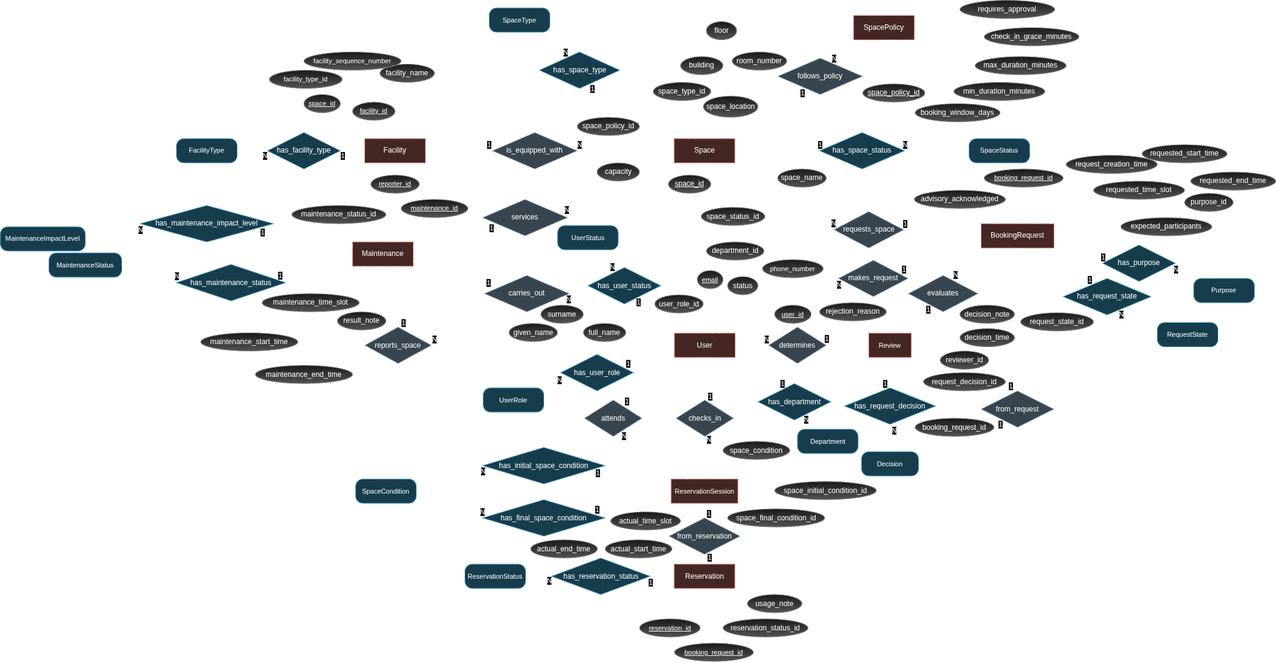
fungusdesu/cs486-project keeps this draw.io diagram as assets/png/refined_refined_conceptual_t.png. Above is the earlier version. Source tidied: cells renumbered, new cells last; positions are measured from the earlier drawing's top-left corner, leaving out a move shared by most shapes.
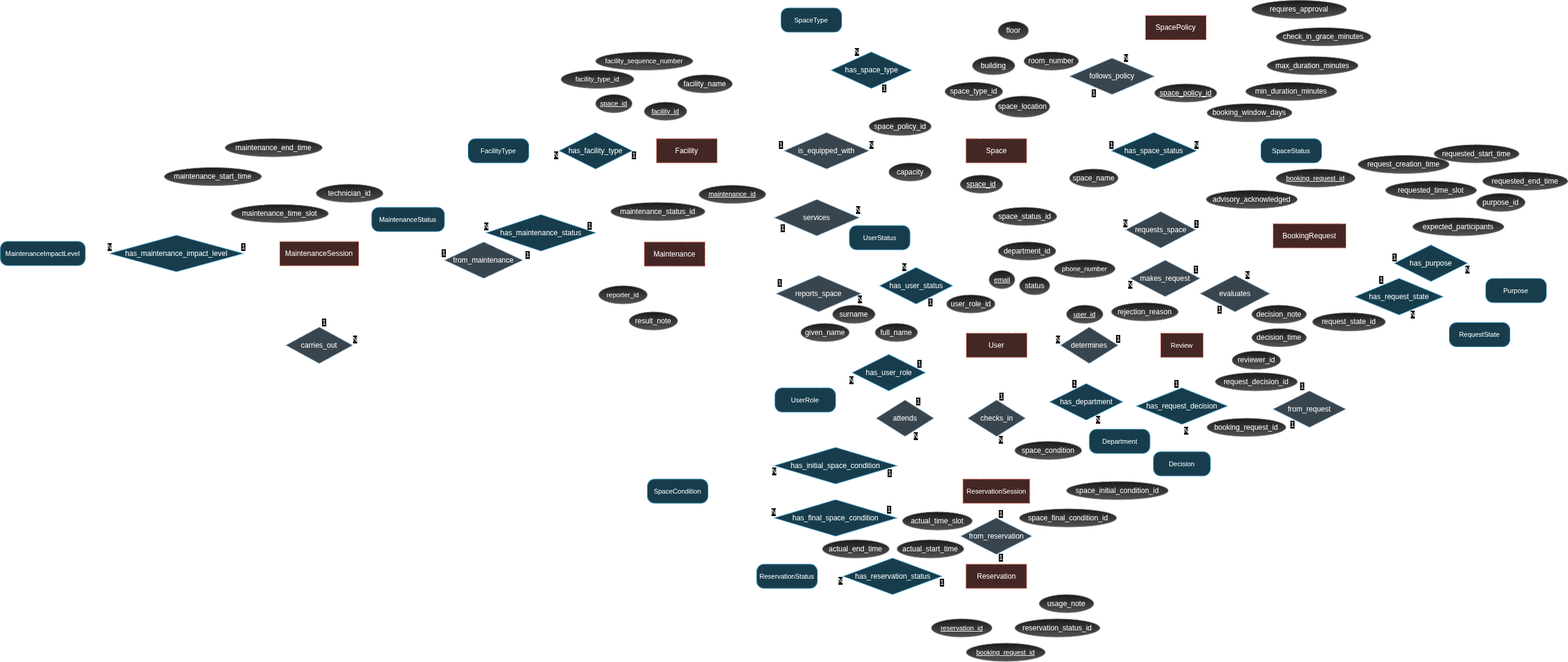
After the change.

The edit, as a diff of the source:
```diff
@@ -2,6 +2,9 @@
   <root>
     <mxCell id="0" />
     <mxCell id="1" parent="0" />
+    <mxCell id="285" style="edgeStyle=none;shape=link;rounded=0;jettySize=auto;html=1;exitX=0.983;exitY=0.729;exitDx=0;exitDy=0;strokeColor=default;align=center;verticalAlign=middle;fontFamily=Helvetica;fontSize=11;fontColor=default;labelBackgroundColor=default;endArrow=none;endFill=0;entryX=0.068;entryY=0.5;entryDx=0;entryDy=0;entryPerimeter=0;exitPerimeter=0;" parent="1" edge="1" source="286" target="290">
+      <mxGeometry relative="1" as="geometry" />
+    </mxCell>
     <mxCell id="2" style="edgeStyle=none;shape=link;rounded=0;jettySize=auto;html=1;exitX=0.508;exitY=0.042;exitDx=0;exitDy=0;entryX=0.29;entryY=0.943;entryDx=0;entryDy=0;strokeColor=default;align=center;verticalAlign=middle;fontFamily=Helvetica;fontSize=11;fontColor=default;labelBackgroundColor=default;endArrow=none;endFill=0;exitPerimeter=0;entryPerimeter=0;" parent="1" edge="1" source="273" target="17">
       <mxGeometry relative="1" as="geometry" />
     </mxCell>
@@ -62,7 +65,7 @@
     <mxCell id="21" value="&lt;div&gt;Reservation&lt;/div&gt;" style="whiteSpace=wrap;html=1;align=center;fillColor=#fad9d5;strokeColor=#ae4132;" parent="1" vertex="1">
       <mxGeometry x="1109.5" y="927.5" width="100" height="40" as="geometry" />
     </mxCell>
-    <mxCell id="22" style="edgeStyle=none;shape=link;rounded=0;jettySize=auto;html=1;exitX=0;exitY=0.75;exitDx=0;exitDy=0;strokeColor=default;align=center;verticalAlign=middle;fontFamily=Helvetica;fontSize=11;fontColor=default;labelBackgroundColor=default;endArrow=none;endFill=0;entryX=0.944;entryY=0.5;entryDx=0;entryDy=0;entryPerimeter=0;" parent="1" edge="1" source="23" target="188">
+    <mxCell id="22" style="edgeStyle=none;shape=link;rounded=0;jettySize=auto;html=1;exitX=0;exitY=0.25;exitDx=0;exitDy=0;strokeColor=default;align=center;verticalAlign=middle;fontFamily=Helvetica;fontSize=11;fontColor=default;labelBackgroundColor=default;endArrow=none;endFill=0;entryX=0.944;entryY=0.5;entryDx=0;entryDy=0;entryPerimeter=0;" parent="1" edge="1" source="23" target="188">
       <mxGeometry relative="1" as="geometry" />
     </mxCell>
     <mxCell id="23" value="Maintenance" style="whiteSpace=wrap;html=1;align=center;fillColor=#fad9d5;strokeColor=#ae4132;" parent="1" vertex="1">
@@ -220,7 +223,7 @@
       </mxGeometry>
     </mxCell>
     <mxCell id="73" value="facility_name" style="ellipse;whiteSpace=wrap;html=1;align=center;fillColor=#f5f5f5;gradientColor=#b3b3b3;strokeColor=#666666;labelBackgroundColor=none;" parent="1" vertex="1">
-      <mxGeometry x="625" y="105" width="90" height="30" as="geometry" />
+      <mxGeometry x="635" y="122.5" width="90" height="30" as="geometry" />
     </mxCell>
     <mxCell id="74" style="edgeStyle=none;shape=connector;rounded=0;jettySize=auto;html=1;strokeColor=default;align=center;verticalAlign=middle;fontFamily=Helvetica;fontSize=11;fontColor=default;labelBackgroundColor=default;endArrow=none;endFill=0;" parent="1" edge="1" source="75" target="69">
       <mxGeometry relative="1" as="geometry" />
@@ -298,19 +301,19 @@
       <mxGeometry relative="1" as="geometry" />
     </mxCell>
     <mxCell id="99" value="&lt;div&gt;maintenance_id&lt;/div&gt;" style="ellipse;whiteSpace=wrap;html=1;align=center;fontStyle=4;fontFamily=Helvetica;fontSize=11;labelBackgroundColor=none;fillColor=#f5f5f5;gradientColor=#b3b3b3;strokeColor=#666666;" parent="1" vertex="1">
-      <mxGeometry x="660" y="327.5" width="110" height="30" as="geometry" />
+      <mxGeometry x="670" y="304.2" width="110" height="30" as="geometry" />
     </mxCell>
     <mxCell id="100" style="edgeStyle=none;shape=connector;rounded=0;jettySize=auto;html=1;strokeColor=default;align=center;verticalAlign=middle;fontFamily=Helvetica;fontSize=11;fontColor=default;labelBackgroundColor=default;endArrow=none;endFill=0;" parent="1" edge="1" source="101" target="23">
       <mxGeometry relative="1" as="geometry" />
     </mxCell>
-    <mxCell id="101" value="reporter_id" style="ellipse;whiteSpace=wrap;html=1;align=center;fontStyle=4;fontFamily=Helvetica;fontSize=11;labelBackgroundColor=none;fillColor=#f5f5f5;gradientColor=#b3b3b3;strokeColor=#666666;" parent="1" vertex="1">
-      <mxGeometry x="610" y="287.5" width="80" height="30" as="geometry" />
+    <mxCell id="101" value="reporter_id" style="ellipse;whiteSpace=wrap;html=1;align=center;fontStyle=0;fontFamily=Helvetica;fontSize=11;labelBackgroundColor=none;fillColor=#f5f5f5;gradientColor=#b3b3b3;strokeColor=#666666;" parent="1" vertex="1">
+      <mxGeometry x="505" y="469.5" width="80" height="30" as="geometry" />
     </mxCell>
     <mxCell id="102" style="edgeStyle=none;shape=connector;rounded=0;jettySize=auto;html=1;strokeColor=default;align=center;verticalAlign=middle;fontFamily=Helvetica;fontSize=11;fontColor=default;labelBackgroundColor=default;endArrow=none;endFill=0;" parent="1" edge="1" source="103" target="23">
       <mxGeometry relative="1" as="geometry" />
     </mxCell>
     <mxCell id="103" value="&lt;div&gt;maintenance_status_id&lt;/div&gt;" style="ellipse;whiteSpace=wrap;html=1;align=center;fillColor=#f5f5f5;gradientColor=#b3b3b3;strokeColor=#666666;labelBackgroundColor=none;" parent="1" vertex="1">
-      <mxGeometry x="480" y="337.5" width="155" height="30" as="geometry" />
+      <mxGeometry x="525" y="332.5" width="155" height="30" as="geometry" />
     </mxCell>
     <mxCell id="104" style="edgeStyle=none;shape=connector;rounded=0;jettySize=auto;html=1;strokeColor=default;align=center;verticalAlign=middle;fontFamily=Helvetica;fontSize=11;fontColor=default;labelBackgroundColor=default;endArrow=none;endFill=0;" parent="1" edge="1" source="105" target="23">
       <mxGeometry relative="1" as="geometry" />
@@ -378,23 +381,23 @@
     <mxCell id="125" value="space_final_condition_id" style="ellipse;whiteSpace=wrap;html=1;align=center;fillColor=#f5f5f5;gradientColor=#b3b3b3;strokeColor=#666666;labelBackgroundColor=none;" parent="1" vertex="1">
       <mxGeometry x="1197.5" y="836.5" width="160" height="30" as="geometry" />
     </mxCell>
-    <mxCell id="126" style="edgeStyle=none;shape=connector;rounded=0;jettySize=auto;html=1;strokeColor=default;align=center;verticalAlign=middle;fontFamily=Helvetica;fontSize=11;fontColor=default;labelBackgroundColor=default;endArrow=none;endFill=0;" parent="1" edge="1" source="127" target="23">
+    <mxCell id="126" style="edgeStyle=none;shape=connector;rounded=0;jettySize=auto;html=1;strokeColor=default;align=center;verticalAlign=middle;fontFamily=Helvetica;fontSize=11;fontColor=default;labelBackgroundColor=default;endArrow=none;endFill=0;" parent="1" edge="1" source="127" target="286">
       <mxGeometry relative="1" as="geometry" />
     </mxCell>
     <mxCell id="127" value="maintenance_time_slot" style="ellipse;whiteSpace=wrap;html=1;align=center;fillColor=#f5f5f5;gradientColor=#b3b3b3;strokeColor=#666666;labelBackgroundColor=none;" parent="1" vertex="1">
-      <mxGeometry x="431" y="482.5" width="160" height="30" as="geometry" />
+      <mxGeometry x="-100" y="335.8" width="160" height="30" as="geometry" />
     </mxCell>
     <mxCell id="128" style="edgeStyle=none;shape=connector;rounded=0;jettySize=auto;html=1;strokeColor=default;align=center;verticalAlign=middle;fontFamily=Helvetica;fontSize=11;fontColor=default;labelBackgroundColor=default;endArrow=none;endFill=0;" parent="1" edge="1" source="129" target="127">
       <mxGeometry relative="1" as="geometry" />
     </mxCell>
     <mxCell id="129" value="&lt;div&gt;maintenance_start_time&lt;/div&gt;" style="ellipse;whiteSpace=wrap;html=1;align=center;fillColor=#f5f5f5;gradientColor=#b3b3b3;strokeColor=#666666;labelBackgroundColor=none;" parent="1" vertex="1">
-      <mxGeometry x="330" y="547" width="160" height="30" as="geometry" />
+      <mxGeometry x="-210" y="275" width="160" height="30" as="geometry" />
     </mxCell>
     <mxCell id="130" style="edgeStyle=none;shape=connector;rounded=0;jettySize=auto;html=1;strokeColor=default;align=center;verticalAlign=middle;fontFamily=Helvetica;fontSize=11;fontColor=default;labelBackgroundColor=default;endArrow=none;endFill=0;" parent="1" edge="1" source="131" target="127">
       <mxGeometry relative="1" as="geometry" />
     </mxCell>
     <mxCell id="131" value="maintenance_end_time" style="ellipse;whiteSpace=wrap;html=1;align=center;fillColor=#f5f5f5;gradientColor=#b3b3b3;strokeColor=#666666;labelBackgroundColor=none;" parent="1" vertex="1">
-      <mxGeometry x="420" y="600.5" width="160" height="30" as="geometry" />
+      <mxGeometry x="-110" y="227.5" width="160" height="30" as="geometry" />
     </mxCell>
     <mxCell id="132" value="N" style="edgeLabel;html=1;align=center;verticalAlign=middle;fontFamily=Helvetica;fontSize=11;fontColor=default;labelBackgroundColor=default;" parent="1" vertex="1">
       <mxGeometry x="953.8" y="237.5" as="geometry" />
@@ -410,19 +413,19 @@
     <mxCell id="135" style="edgeStyle=none;shape=connector;rounded=0;jettySize=auto;html=1;exitX=1;exitY=0.5;exitDx=0;exitDy=0;entryX=0;entryY=0.5;entryDx=0;entryDy=0;strokeColor=default;align=center;verticalAlign=middle;fontFamily=Helvetica;fontSize=11;fontColor=default;labelBackgroundColor=default;endArrow=none;endFill=0;" parent="1" edge="1" source="137" target="17">
       <mxGeometry relative="1" as="geometry" />
     </mxCell>
-    <mxCell id="136" style="edgeStyle=none;shape=link;rounded=0;jettySize=auto;html=1;exitX=0.5;exitY=0.035;exitDx=0;exitDy=0;entryX=0.75;entryY=1;entryDx=0;entryDy=0;strokeColor=default;align=center;verticalAlign=middle;fontFamily=Helvetica;fontSize=11;fontColor=default;labelBackgroundColor=default;endArrow=none;endFill=0;exitPerimeter=0;" parent="1" edge="1" source="137" target="23">
+    <mxCell id="136" style="edgeStyle=none;shape=link;rounded=0;jettySize=auto;html=1;exitX=0.5;exitY=0.035;exitDx=0;exitDy=0;entryX=0.5;entryY=1;entryDx=0;entryDy=0;strokeColor=default;align=center;verticalAlign=middle;fontFamily=Helvetica;fontSize=11;fontColor=default;labelBackgroundColor=default;endArrow=none;endFill=0;exitPerimeter=0;" parent="1" edge="1" source="137" target="286">
       <mxGeometry relative="1" as="geometry" />
     </mxCell>
-    <mxCell id="137" value="reports_space" style="shape=rhombus;perimeter=rhombusPerimeter;whiteSpace=wrap;html=1;align=center;fontFamily=Helvetica;fontSize=12;fillColor=#bac8d3;strokeColor=#23445d;verticalAlign=middle;fontColor=default;" parent="1" vertex="1">
-      <mxGeometry x="600" y="537.5" width="110" height="60" as="geometry" />
+    <mxCell id="137" value="carries_out" style="shape=rhombus;perimeter=rhombusPerimeter;whiteSpace=wrap;html=1;align=center;fontFamily=Helvetica;fontSize=12;fillColor=#bac8d3;strokeColor=#23445d;verticalAlign=middle;fontColor=default;" parent="1" vertex="1">
+      <mxGeometry x="-10" y="537.5" width="110" height="60" as="geometry" />
     </mxCell>
     <mxCell id="138" value="N" style="edgeLabel;html=1;align=center;verticalAlign=middle;fontFamily=Helvetica;fontSize=11;fontColor=default;labelBackgroundColor=default;" parent="1" vertex="1">
-      <mxGeometry x="716" y="560.5" as="geometry">
+      <mxGeometry x="106" y="560.5" as="geometry">
         <mxPoint x="-2" y="-3" as="offset" />
       </mxGeometry>
     </mxCell>
     <mxCell id="139" value="1" style="edgeLabel;html=1;align=center;verticalAlign=middle;fontFamily=Helvetica;fontSize=11;fontColor=default;labelBackgroundColor=default;" parent="1" vertex="1">
-      <mxGeometry x="663" y="530" as="geometry" />
+      <mxGeometry x="53" y="530" as="geometry" />
     </mxCell>
     <mxCell id="140" style="edgeStyle=none;shape=connector;rounded=0;jettySize=auto;html=1;strokeColor=default;align=center;verticalAlign=middle;fontFamily=Helvetica;fontSize=11;fontColor=default;labelBackgroundColor=default;endArrow=none;endFill=0;" parent="1" edge="1" source="141" target="260">
       <mxGeometry relative="1" as="geometry" />
@@ -571,19 +574,19 @@
       </mxGeometry>
     </mxCell>
     <mxCell id="186" value="MaintenanceStatus" style="rounded=1;arcSize=30;whiteSpace=wrap;html=1;align=center;fontFamily=Helvetica;fontSize=11;labelBackgroundColor=none;glass=0;shadow=0;perimeterSpacing=0;strokeWidth=1;fillColor=#b1ddf0;strokeColor=#10739e;" parent="1" vertex="1">
-      <mxGeometry x="80" y="415.5" width="120" height="40" as="geometry" />
+      <mxGeometry x="131.2" y="340.5" width="120" height="40" as="geometry" />
     </mxCell>
     <mxCell id="187" style="edgeStyle=none;shape=connector;rounded=0;jettySize=auto;html=1;exitX=0;exitY=0.5;exitDx=0;exitDy=0;entryX=1;entryY=0.5;entryDx=0;entryDy=0;strokeColor=default;align=center;verticalAlign=middle;fontFamily=Helvetica;fontSize=11;fontColor=default;labelBackgroundColor=default;endArrow=none;endFill=0;" parent="1" edge="1" source="188" target="186">
       <mxGeometry relative="1" as="geometry" />
     </mxCell>
     <mxCell id="188" value="has_maintenance_status" style="shape=rhombus;perimeter=rhombusPerimeter;whiteSpace=wrap;html=1;align=center;strokeColor=#10739e;verticalAlign=middle;fontFamily=Helvetica;fontSize=12;fillColor=#b1ddf0;" parent="1" vertex="1">
-      <mxGeometry x="290" y="434.5" width="180" height="60" as="geometry" />
+      <mxGeometry x="320" y="352.5" width="180" height="60" as="geometry" />
     </mxCell>
     <mxCell id="189" value=" " style="edgeLabel;html=1;align=center;verticalAlign=middle;fontFamily=Helvetica;fontSize=11;fontColor=default;labelBackgroundColor=default;" parent="1" vertex="1">
       <mxGeometry x="570" y="407.5" as="geometry" />
     </mxCell>
     <mxCell id="190" value="N" style="edgeLabel;html=1;align=center;verticalAlign=middle;fontFamily=Helvetica;fontSize=11;fontColor=default;labelBackgroundColor=default;" parent="1" vertex="1">
-      <mxGeometry x="290" y="453.5" as="geometry" />
+      <mxGeometry x="320" y="371.5" as="geometry" />
     </mxCell>
     <mxCell id="191" value="SpaceType" style="rounded=1;arcSize=30;whiteSpace=wrap;html=1;align=center;fontFamily=Helvetica;fontSize=11;labelBackgroundColor=none;glass=0;shadow=0;perimeterSpacing=0;strokeWidth=1;fillColor=#b1ddf0;strokeColor=#10739e;" parent="1" vertex="1">
       <mxGeometry x="805" y="12.5" width="100" height="40" as="geometry" />
@@ -691,25 +694,25 @@
       <mxGeometry relative="1" as="geometry" />
     </mxCell>
     <mxCell id="224" value="1" style="edgeLabel;html=1;align=center;verticalAlign=middle;fontFamily=Helvetica;fontSize=11;fontColor=default;labelBackgroundColor=default;" parent="1" vertex="1">
-      <mxGeometry x="460" y="452.5" as="geometry" />
+      <mxGeometry x="490" y="370.5" as="geometry" />
     </mxCell>
-    <mxCell id="225" style="rounded=0;jettySize=auto;html=1;entryX=0;entryY=0.25;entryDx=0;entryDy=0;endArrow=none;endFill=0;shape=link;exitX=0.909;exitY=0.542;exitDx=0;exitDy=0;exitPerimeter=0;" parent="1" edge="1" source="226" target="23">
+    <mxCell id="225" style="rounded=0;jettySize=auto;html=1;entryX=0;entryY=0.5;entryDx=0;entryDy=0;endArrow=none;endFill=0;shape=link;exitX=0.959;exitY=0.5;exitDx=0;exitDy=0;exitPerimeter=0;" parent="1" edge="1" source="226" target="286">
       <mxGeometry relative="1" as="geometry" />
     </mxCell>
     <mxCell id="226" value="has_maintenance_impact_level" style="shape=rhombus;perimeter=rhombusPerimeter;whiteSpace=wrap;html=1;align=center;strokeColor=#10739e;verticalAlign=middle;fontFamily=Helvetica;fontSize=12;fillColor=#b1ddf0;" parent="1" vertex="1">
-      <mxGeometry x="230" y="337.5" width="220" height="60" as="geometry" />
+      <mxGeometry x="-300" y="386.5" width="220" height="60" as="geometry" />
     </mxCell>
     <mxCell id="227" style="rounded=0;jettySize=auto;html=1;entryX=0;entryY=0.5;entryDx=0;entryDy=0;endArrow=none;endFill=0;exitX=1;exitY=0.5;exitDx=0;exitDy=0;" parent="1" edge="1" source="228" target="226">
       <mxGeometry relative="1" as="geometry" />
     </mxCell>
     <mxCell id="228" value="MaintenanceImpactLevel" style="rounded=1;arcSize=30;whiteSpace=wrap;html=1;align=center;fontFamily=Helvetica;fontSize=11;labelBackgroundColor=none;glass=0;shadow=0;perimeterSpacing=0;strokeWidth=1;fillColor=#b1ddf0;strokeColor=#10739e;" parent="1" vertex="1">
-      <mxGeometry y="372.5" width="140" height="40" as="geometry" />
+      <mxGeometry x="-480" y="396.5" width="140" height="40" as="geometry" />
     </mxCell>
     <mxCell id="229" value="1" style="edgeLabel;html=1;align=center;verticalAlign=middle;fontFamily=Helvetica;fontSize=11;fontColor=default;labelBackgroundColor=default;" parent="1" vertex="1">
-      <mxGeometry x="431" y="381.5" as="geometry" />
+      <mxGeometry x="-80" y="405.5" as="geometry" />
     </mxCell>
     <mxCell id="230" value="N" style="edgeLabel;html=1;align=center;verticalAlign=middle;fontFamily=Helvetica;fontSize=11;fontColor=default;labelBackgroundColor=default;" parent="1" vertex="1">
-      <mxGeometry x="230" y="377.5" as="geometry" />
+      <mxGeometry x="-300" y="405.5" as="geometry" />
     </mxCell>
     <mxCell id="231" style="edgeStyle=none;shape=connector;rounded=0;jettySize=auto;html=1;strokeColor=default;align=center;verticalAlign=middle;fontFamily=Helvetica;fontSize=11;fontColor=default;labelBackgroundColor=default;endArrow=none;endFill=0;" parent="1" edge="1" source="232" target="20">
       <mxGeometry relative="1" as="geometry" />
@@ -743,7 +746,7 @@
     <mxCell id="240" style="edgeStyle=none;shape=connector;rounded=0;jettySize=auto;html=1;exitX=1;exitY=0.5;exitDx=0;exitDy=0;entryX=0;entryY=0.25;entryDx=0;entryDy=0;strokeColor=default;align=center;verticalAlign=middle;fontFamily=Helvetica;fontSize=11;fontColor=default;labelBackgroundColor=default;endArrow=none;endFill=0;" parent="1" edge="1" source="241" target="17">
       <mxGeometry relative="1" as="geometry" />
     </mxCell>
-    <mxCell id="241" value="&lt;div&gt;carries_out&lt;/div&gt;" style="shape=rhombus;perimeter=rhombusPerimeter;whiteSpace=wrap;html=1;align=center;fillColor=#bac8d3;strokeColor=#23445d;" parent="1" vertex="1">
+    <mxCell id="241" value="&lt;div&gt;reports_space&lt;/div&gt;" style="shape=rhombus;perimeter=rhombusPerimeter;whiteSpace=wrap;html=1;align=center;fillColor=#bac8d3;strokeColor=#23445d;" parent="1" vertex="1">
       <mxGeometry x="797" y="452.5" width="140" height="60" as="geometry" />
     </mxCell>
     <mxCell id="242" style="edgeStyle=none;shape=connector;rounded=0;orthogonalLoop=1;jettySize=auto;html=1;entryX=1;entryY=0.5;entryDx=0;entryDy=0;strokeColor=default;align=center;verticalAlign=middle;fontFamily=Helvetica;fontSize=11;fontColor=default;labelBackgroundColor=default;endArrow=none;endFill=0;" parent="1" edge="1" source="241" target="241">
@@ -895,5 +898,30 @@
         <mxPoint x="-2" y="-3" as="offset" />
       </mxGeometry>
     </mxCell>
+    <mxCell id="286" value="MaintenanceSession" style="whiteSpace=wrap;html=1;align=center;fillColor=#fad9d5;strokeColor=#ae4132;" parent="1" vertex="1">
+      <mxGeometry x="-20" y="396.8" width="130" height="40" as="geometry" />
+    </mxCell>
+    <mxCell id="287" style="rounded=0;jettySize=auto;html=1;endArrow=none;endFill=0;" parent="1" edge="1" source="288" target="286">
+      <mxGeometry relative="1" as="geometry" />
+    </mxCell>
+    <mxCell id="288" value="technician_id" style="ellipse;whiteSpace=wrap;html=1;align=center;fillColor=#f5f5f5;gradientColor=#b3b3b3;strokeColor=#666666;labelBackgroundColor=none;" parent="1" vertex="1">
+      <mxGeometry x="40" y="302.5" width="110" height="30" as="geometry" />
+    </mxCell>
+    <mxCell id="289" style="edgeStyle=none;shape=connector;rounded=0;jettySize=auto;html=1;exitX=1;exitY=0.5;exitDx=0;exitDy=0;entryX=0;entryY=0.75;entryDx=0;entryDy=0;strokeColor=default;align=center;verticalAlign=middle;fontFamily=Helvetica;fontSize=11;fontColor=default;labelBackgroundColor=default;endArrow=none;endFill=0;" parent="1" edge="1" source="290" target="23">
+      <mxGeometry relative="1" as="geometry" />
+    </mxCell>
+    <mxCell id="290" value="from_maintenance" style="shape=rhombus;perimeter=rhombusPerimeter;whiteSpace=wrap;html=1;align=center;strokeColor=#23445d;verticalAlign=middle;fontFamily=Helvetica;fontSize=12;fillColor=#bac8d3;fontColor=default;" parent="1" vertex="1">
+      <mxGeometry x="251.2" y="397.5" width="128.8" height="60" as="geometry" />
+    </mxCell>
+    <mxCell id="291" value="1" style="edgeLabel;html=1;align=center;verticalAlign=middle;fontFamily=Helvetica;fontSize=11;fontColor=default;labelBackgroundColor=default;" parent="1" vertex="1">
+      <mxGeometry x="251.2" y="418.5" as="geometry">
+        <mxPoint x="-2" y="-3" as="offset" />
+      </mxGeometry>
+    </mxCell>
+    <mxCell id="292" value="1" style="edgeLabel;html=1;align=center;verticalAlign=middle;fontFamily=Helvetica;fontSize=11;fontColor=default;labelBackgroundColor=default;" parent="1" vertex="1">
+      <mxGeometry x="390" y="421.5" as="geometry">
+        <mxPoint x="-2" y="-3" as="offset" />
+      </mxGeometry>
+    </mxCell>
   </root>
 </mxGraphModel>
```
